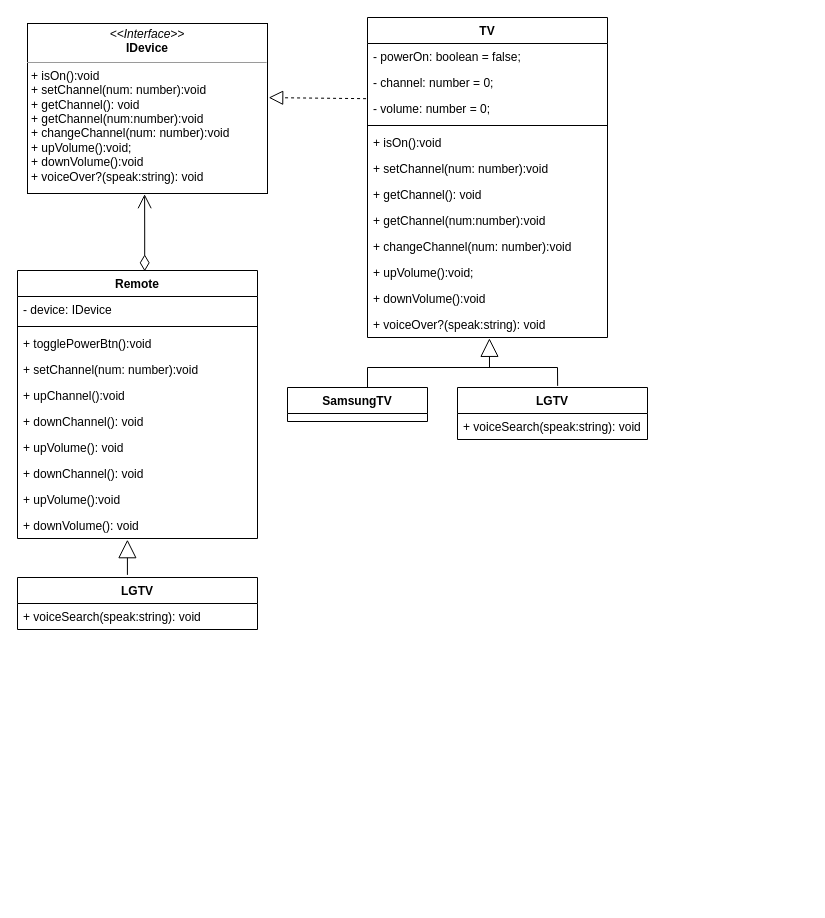
This is PATTERNS/Structural/Bridge/src/Bridge.drawio from MTONSEG/ts-learn, a draw.io file, before an edit. Source tidied: cells renumbered, new cells numbered last; positions are measured from the earlier drawing's top-left corner, leaving out a move shared by most shapes. Both pictures are drawn from the tidied source at 100%, with x=0, y=0 at pixel (17, 17).
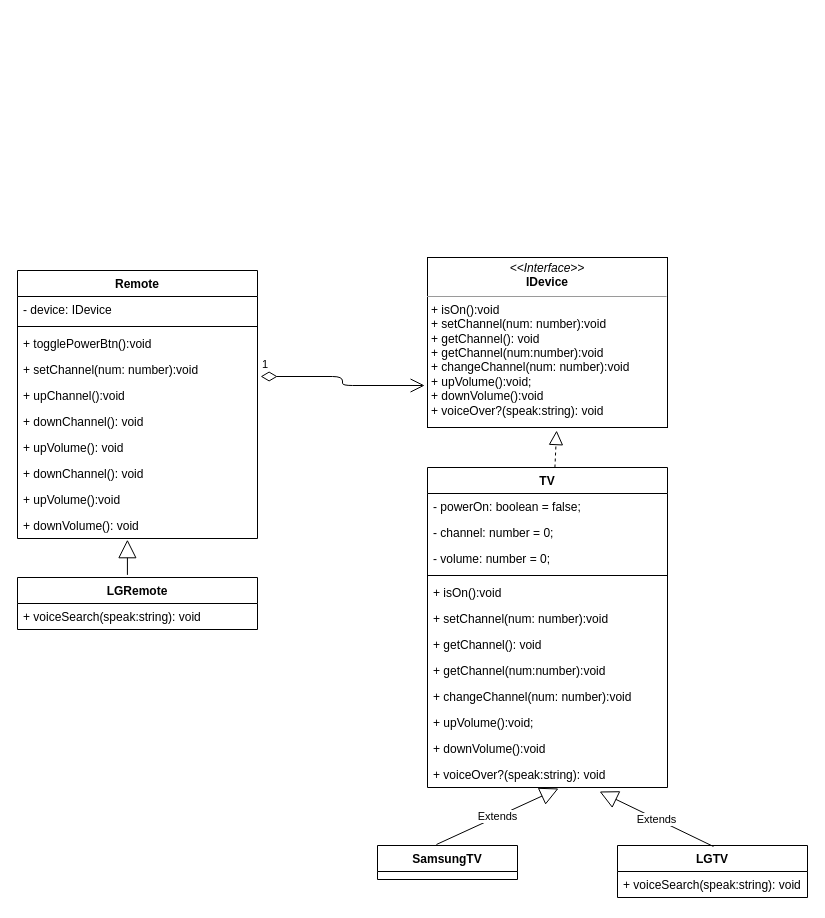
The same page after the edit.

Unchanged cells that the change refers to:
```xml
<mxCell id="6" value="- volume: number = 0;" style="text;strokeColor=none;fillColor=none;align=left;verticalAlign=top;spacingLeft=4;spacingRight=4;overflow=hidden;points=[[0,0.5],[1,0.5]];portConstraint=eastwest;" parent="3" vertex="1">
  <mxGeometry y="78" width="240" height="26" as="geometry" />
</mxCell>
<mxCell id="15" value="+ voiceOver?(speak:string): void" style="text;strokeColor=none;fillColor=none;align=left;verticalAlign=top;spacingLeft=4;spacingRight=4;overflow=hidden;points=[[0,0.5],[1,0.5]];portConstraint=eastwest;" parent="3" vertex="1">
  <mxGeometry y="294" width="240" height="26" as="geometry" />
</mxCell>
<mxCell id="22" value="Remote" style="swimlane;fontStyle=1;align=center;verticalAlign=top;horizontal=1;startSize=26;" parent="1" vertex="1">
  <mxGeometry y="253" width="240" height="268" as="geometry" />
</mxCell>
<mxCell id="26" value="+ setChannel(num: number):void" style="text;strokeColor=none;fillColor=none;align=left;verticalAlign=top;spacingLeft=4;spacingRight=4;overflow=hidden;points=[[0,0.5],[1,0.5]];portConstraint=eastwest;" parent="22" vertex="1">
  <mxGeometry y="86" width="240" height="26" as="geometry" />
</mxCell>
```

Change to the diagram source:
```diff
@@
     <mxCell id="2" value="&lt;p style=&quot;margin:0px;margin-top:4px;text-align:center;&quot;&gt;&lt;i&gt;&amp;lt;&amp;lt;Interface&amp;gt;&amp;gt;&lt;/i&gt;&lt;br&gt;&lt;b&gt;IDevice&lt;/b&gt;&lt;/p&gt;&lt;hr size=&quot;1&quot;&gt;&lt;p style=&quot;margin:0px;margin-left:4px;&quot;&gt;+ isOn():void&lt;br&gt;+ setChannel(num: number):void&lt;/p&gt;&lt;p style=&quot;margin:0px;margin-left:4px;&quot;&gt;+ getChannel(): void&lt;/p&gt;&lt;p style=&quot;margin:0px;margin-left:4px;&quot;&gt;+ getChannel(num:number):void&lt;/p&gt;&lt;p style=&quot;margin:0px;margin-left:4px;&quot;&gt;+ changeChannel(num: number):void&lt;/p&gt;&lt;p style=&quot;margin:0px;margin-left:4px;&quot;&gt;+ upVolume():void;&lt;/p&gt;&lt;p style=&quot;margin:0px;margin-left:4px;&quot;&gt;+ downVolume():void&lt;/p&gt;&lt;p style=&quot;margin:0px;margin-left:4px;&quot;&gt;+ voiceOver?(speak:string): void&lt;/p&gt;" style="verticalAlign=top;align=left;overflow=fill;fontSize=12;fontFamily=Helvetica;html=1;" parent="1" vertex="1">
-      <mxGeometry x="10" y="6" width="240" height="170" as="geometry" />
+      <mxGeometry x="410" y="240" width="240" height="170" as="geometry" />
     </mxCell>
     <mxCell id="3" value="TV" style="swimlane;fontStyle=1;align=center;verticalAlign=top;horizontal=1;startSize=26;" parent="1" vertex="1">
-      <mxGeometry x="350" width="240" height="320" as="geometry" />
+      <mxGeometry x="410" y="450" width="240" height="320" as="geometry" />
     </mxCell>
@@
-    <mxCell id="16" style="endArrow=block;dashed=1;endFill=0;endSize=12;html=1;rounded=0;entryX=1.005;entryY=0.436;entryDx=0;entryDy=0;entryPerimeter=0;exitX=-0.006;exitY=0.122;exitDx=0;exitDy=0;exitPerimeter=0;" parent="1" edge="1" source="6" target="2">
-      <mxGeometry relative="1" as="geometry" />
-    </mxCell>
     <mxCell id="17" value="SamsungTV" style="swimlane;fontStyle=1;align=center;verticalAlign=top;horizontal=1;startSize=26;" parent="1" vertex="1">
-      <mxGeometry x="270" y="370" width="140" height="34" as="geometry" />
+      <mxGeometry x="360" y="828" width="140" height="34" as="geometry" />
     </mxCell>
     <mxCell id="18" value="LGTV" style="swimlane;fontStyle=1;align=center;verticalAlign=top;horizontal=1;startSize=26;" parent="1" vertex="1">
-      <mxGeometry x="440" y="370" width="190" height="52" as="geometry" />
+      <mxGeometry x="600" y="828" width="190" height="52" as="geometry" />
     </mxCell>
@@
-    <mxCell id="20" style="endArrow=block;endSize=16;endFill=0;html=1;rounded=0;entryX=0.508;entryY=1.032;entryDx=0;entryDy=0;entryPerimeter=0;exitX=0.527;exitY=-0.031;exitDx=0;exitDy=0;exitPerimeter=0;" parent="1" edge="1" source="18" target="15">
-      <mxGeometry x="0.01" relative="1" as="geometry">
-        <Array as="points">
-          <mxPoint x="540" y="350" />
-          <mxPoint x="472" y="350" />
-        </Array>
-      </mxGeometry>
-    </mxCell>
-    <mxCell id="21" style="endArrow=none;html=1;rounded=0;" parent="1" edge="1">
-      <mxGeometry relative="1" as="geometry">
-        <mxPoint x="350" y="370" as="sourcePoint" />
-        <mxPoint x="480" y="350" as="targetPoint" />
-        <Array as="points">
-          <mxPoint x="350" y="350" />
-        </Array>
-      </mxGeometry>
-    </mxCell>
@@
-    <mxCell id="33" value="LGTV" style="swimlane;fontStyle=1;align=center;verticalAlign=top;horizontal=1;startSize=26;" parent="1" vertex="1">
+    <mxCell id="33" value="LGRemote" style="swimlane;fontStyle=1;align=center;verticalAlign=top;horizontal=1;startSize=26;" parent="1" vertex="1">
       <mxGeometry y="560" width="240" height="52" as="geometry" />
     </mxCell>
@@
-    <mxCell id="36" style="endArrow=open;html=1;endSize=12;startArrow=diamondThin;startSize=14;startFill=0;edgeStyle=orthogonalEdgeStyle;align=left;verticalAlign=bottom;rounded=0;exitX=0.53;exitY=0.003;exitDx=0;exitDy=0;exitPerimeter=0;entryX=0.488;entryY=1.004;entryDx=0;entryDy=0;entryPerimeter=0;" parent="1" edge="1" source="22" target="2">
-      <mxGeometry x="-0.64" y="-3" relative="1" as="geometry" />
-    </mxCell>
+    <mxCell id="37" value="Extends" style="endArrow=block;endSize=16;endFill=0;html=1;entryX=0.546;entryY=1.038;entryDx=0;entryDy=0;entryPerimeter=0;exitX=0.421;exitY=-0.029;exitDx=0;exitDy=0;exitPerimeter=0;" parent="1" edge="1" source="17" target="15">
+      <mxGeometry relative="1" as="geometry" />
+    </mxCell>
+    <mxCell id="20" value="Extends" style="endArrow=block;endSize=16;endFill=0;html=1;exitX=0.505;exitY=0.019;exitDx=0;exitDy=0;exitPerimeter=0;entryX=0.717;entryY=1.154;entryDx=0;entryDy=0;entryPerimeter=0;" parent="1" edge="1" source="18" target="15">
+      <mxGeometry relative="1" as="geometry" />
+    </mxCell>
+    <mxCell id="38" style="endArrow=block;dashed=1;endFill=0;endSize=12;html=1;entryX=0.538;entryY=1.018;entryDx=0;entryDy=0;entryPerimeter=0;" parent="1" edge="1" source="3" target="2">
+      <mxGeometry relative="1" as="geometry" />
+    </mxCell>
+    <mxCell id="39" value="1" style="endArrow=open;html=1;endSize=12;startArrow=diamondThin;startSize=14;startFill=0;edgeStyle=orthogonalEdgeStyle;align=left;verticalAlign=bottom;exitX=1.013;exitY=0.769;exitDx=0;exitDy=0;exitPerimeter=0;entryX=-0.012;entryY=0.753;entryDx=0;entryDy=0;entryPerimeter=0;" parent="1" edge="1" source="26" target="2">
+      <mxGeometry x="-1" y="3" relative="1" as="geometry" />
+    </mxCell>
```
